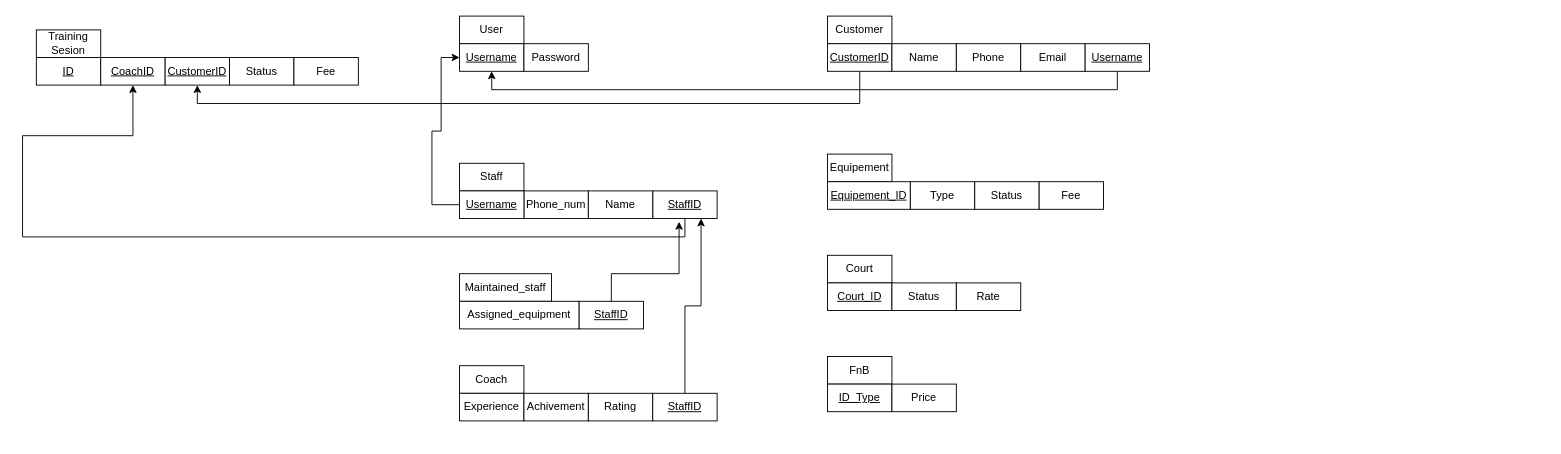
Above: assignment2.drawio in Sonhoangvo/csdl (draw.io), before the change. Source tidied: cells renumbered, new cells numbered last; positions are measured from the earlier drawing's top-left corner, leaving out a move shared by most shapes. Both pictures are drawn from the tidied source at 92%, with x=0, y=0 at pixel (22, 16).
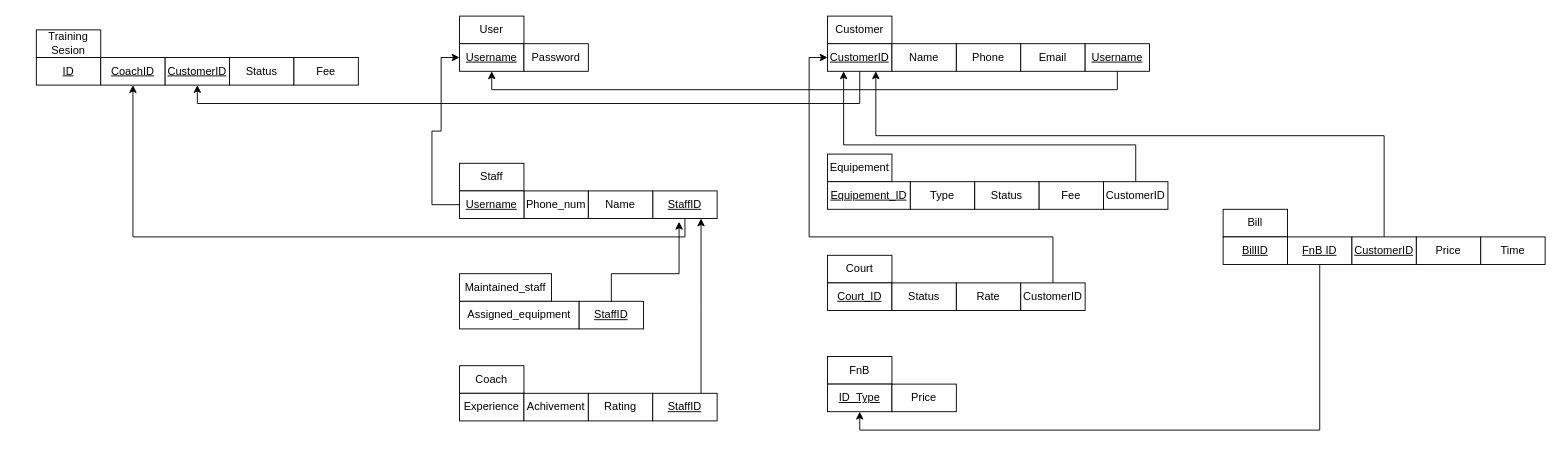
The same diagram, later.

Unchanged cells that the change refers to:
```xml
<mxCell id="7" value="&lt;u&gt;StaffID&lt;/u&gt;" style="rounded=0;whiteSpace=wrap;html=1;" parent="1" vertex="1">
  <mxGeometry x="685" y="190" width="70" height="30" as="geometry" />
</mxCell>
<mxCell id="21" value="&lt;u&gt;StaffID&lt;/u&gt;" style="rounded=0;whiteSpace=wrap;html=1;" parent="1" vertex="1">
  <mxGeometry x="685" y="410" width="70" height="30" as="geometry" />
</mxCell>
<mxCell id="24" value="&lt;u&gt;CustomerID&lt;/u&gt;" style="rounded=0;whiteSpace=wrap;html=1;" parent="1" vertex="1">
  <mxGeometry x="875" y="30" width="70" height="30" as="geometry" />
</mxCell>
<mxCell id="40" value="&lt;u&gt;ID_Type&lt;/u&gt;" style="rounded=0;whiteSpace=wrap;html=1;" parent="1" vertex="1">
  <mxGeometry x="875" y="400" width="70" height="30" as="geometry" />
</mxCell>
<mxCell id="44" value="&lt;u&gt;CoachID&lt;/u&gt;" style="rounded=0;whiteSpace=wrap;html=1;" parent="1" vertex="1">
  <mxGeometry x="85" y="45" width="70" height="30" as="geometry" />
</mxCell>
```

Change to the diagram source:
```diff
@@
     <mxCell id="6" style="edgeStyle=orthogonalEdgeStyle;rounded=0;jettySize=auto;html=1;entryX=0.5;entryY=1;entryDx=0;entryDy=0;" parent="1" edge="1" source="7" target="44">
       <mxGeometry relative="1" as="geometry">
         <Array as="points">
           <mxPoint x="720" y="240" />
-          <mxPoint y="240" />
-          <mxPoint y="130" />
-          <mxPoint x="120" y="130" />
+          <mxPoint x="120" y="240" />
         </Array>
       </mxGeometry>
     </mxCell>
@@
     <mxCell id="20" style="edgeStyle=orthogonalEdgeStyle;rounded=0;jettySize=auto;html=1;entryX=0.75;entryY=1;entryDx=0;entryDy=0;" parent="1" edge="1" source="21" target="7">
-      <mxGeometry relative="1" as="geometry" />
+      <mxGeometry relative="1" as="geometry">
+        <Array as="points">
+          <mxPoint x="738" y="315" />
+        </Array>
+      </mxGeometry>
     </mxCell>
@@
+    <mxCell id="48" value="Bill" style="rounded=0;whiteSpace=wrap;html=1;" parent="1" vertex="1">
+      <mxGeometry x="1305" y="210" width="70" height="30" as="geometry" />
+    </mxCell>
+    <mxCell id="49" value="&lt;u&gt;BillID&lt;/u&gt;" style="rounded=0;whiteSpace=wrap;html=1;" parent="1" vertex="1">
+      <mxGeometry x="1305" y="240" width="70" height="30" as="geometry" />
+    </mxCell>
+    <mxCell id="50" style="edgeStyle=orthogonalEdgeStyle;rounded=0;jettySize=auto;html=1;entryX=0.5;entryY=1;entryDx=0;entryDy=0;" parent="1" edge="1" source="51" target="40">
+      <mxGeometry relative="1" as="geometry">
+        <Array as="points">
+          <mxPoint x="1410" y="450" />
+          <mxPoint x="910" y="450" />
+        </Array>
+      </mxGeometry>
+    </mxCell>
+    <mxCell id="51" value="&lt;u&gt;FnB ID&lt;/u&gt;" style="rounded=0;whiteSpace=wrap;html=1;" parent="1" vertex="1">
+      <mxGeometry x="1375" y="240" width="70" height="30" as="geometry" />
+    </mxCell>
+    <mxCell id="52" style="edgeStyle=orthogonalEdgeStyle;rounded=0;jettySize=auto;html=1;entryX=0.75;entryY=1;entryDx=0;entryDy=0;" parent="1" edge="1" source="53" target="24">
+      <mxGeometry relative="1" as="geometry">
+        <Array as="points">
+          <mxPoint x="1480" y="130" />
+          <mxPoint x="928" y="130" />
+        </Array>
+      </mxGeometry>
+    </mxCell>
+    <mxCell id="53" value="&lt;u&gt;CustomerID&lt;/u&gt;" style="rounded=0;whiteSpace=wrap;html=1;" parent="1" vertex="1">
+      <mxGeometry x="1445" y="240" width="70" height="30" as="geometry" />
+    </mxCell>
+    <mxCell id="54" value="Price" style="rounded=0;whiteSpace=wrap;html=1;" parent="1" vertex="1">
+      <mxGeometry x="1515" y="240" width="70" height="30" as="geometry" />
+    </mxCell>
+    <mxCell id="55" value="Time" style="rounded=0;whiteSpace=wrap;html=1;" parent="1" vertex="1">
+      <mxGeometry x="1585" y="240" width="70" height="30" as="geometry" />
+    </mxCell>
+    <mxCell id="56" style="edgeStyle=orthogonalEdgeStyle;rounded=0;jettySize=auto;html=1;entryX=0.25;entryY=1;entryDx=0;entryDy=0;" parent="1" edge="1" source="57" target="24">
+      <mxGeometry relative="1" as="geometry">
+        <Array as="points">
+          <mxPoint x="1210" y="140" />
+          <mxPoint x="893" y="140" />
+        </Array>
+      </mxGeometry>
+    </mxCell>
+    <mxCell id="57" value="CustomerID" style="rounded=0;whiteSpace=wrap;html=1;" parent="1" vertex="1">
+      <mxGeometry x="1175" y="180" width="70" height="30" as="geometry" />
+    </mxCell>
+    <mxCell id="58" style="edgeStyle=orthogonalEdgeStyle;rounded=0;jettySize=auto;html=1;entryX=0;entryY=0.5;entryDx=0;entryDy=0;" parent="1" edge="1" source="59" target="24">
+      <mxGeometry relative="1" as="geometry">
+        <Array as="points">
+          <mxPoint x="1120" y="240" />
+          <mxPoint x="855" y="240" />
+          <mxPoint x="855" y="45" />
+        </Array>
+      </mxGeometry>
+    </mxCell>
+    <mxCell id="59" value="CustomerID" style="rounded=0;whiteSpace=wrap;html=1;" parent="1" vertex="1">
+      <mxGeometry x="1085" y="290" width="70" height="30" as="geometry" />
+    </mxCell>
```
